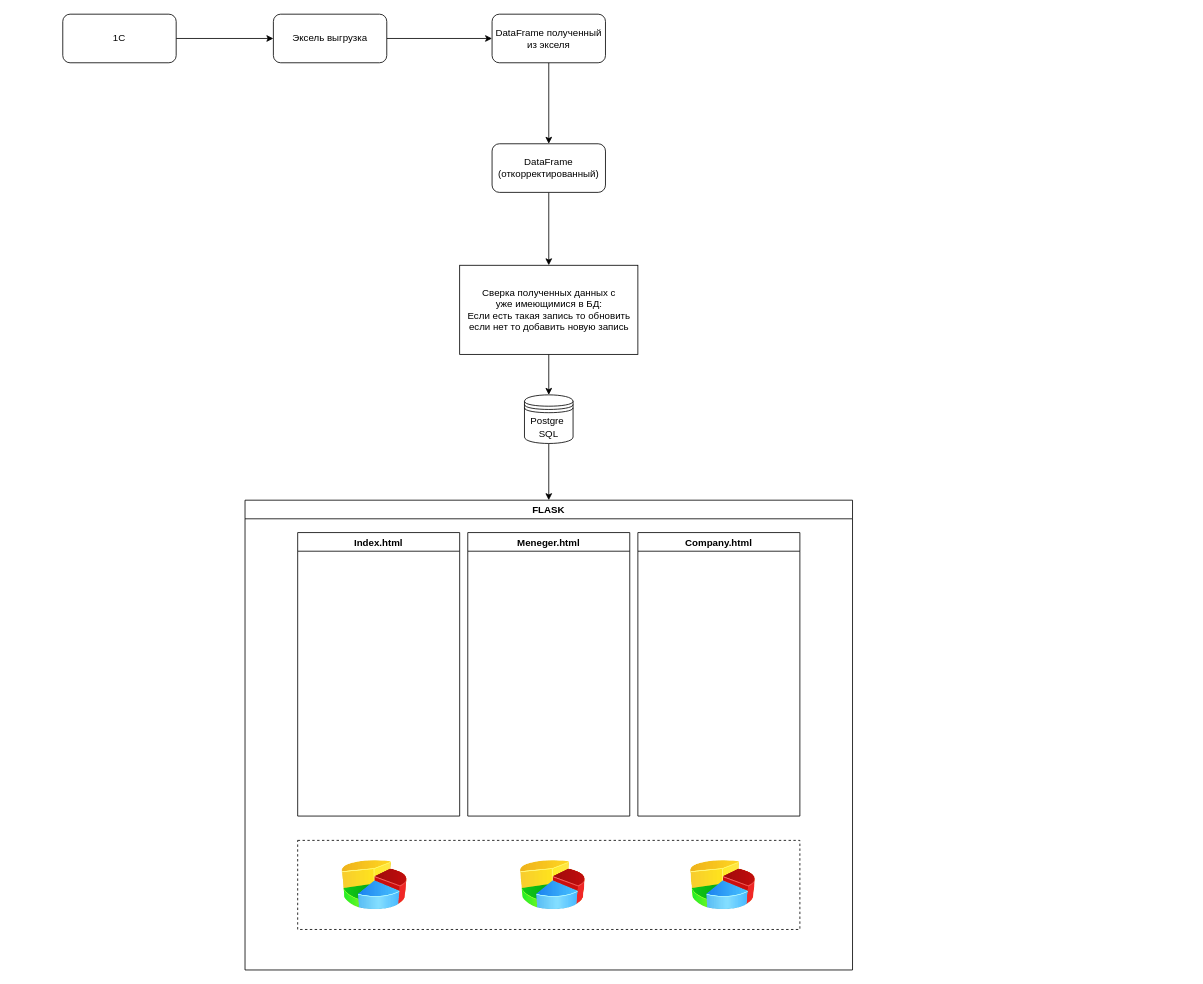
Earlier version of the draw.io diagram Untitled Diagram.drawio (overlord1781/Flask_test). Source tidied: cells renumbered, new cells numbered last; positions are measured from the earlier drawing's top-left corner, leaving out a move shared by most shapes. Both pictures are drawn from the tidied source at 81%, with x=0, y=0 at pixel (62, 14).
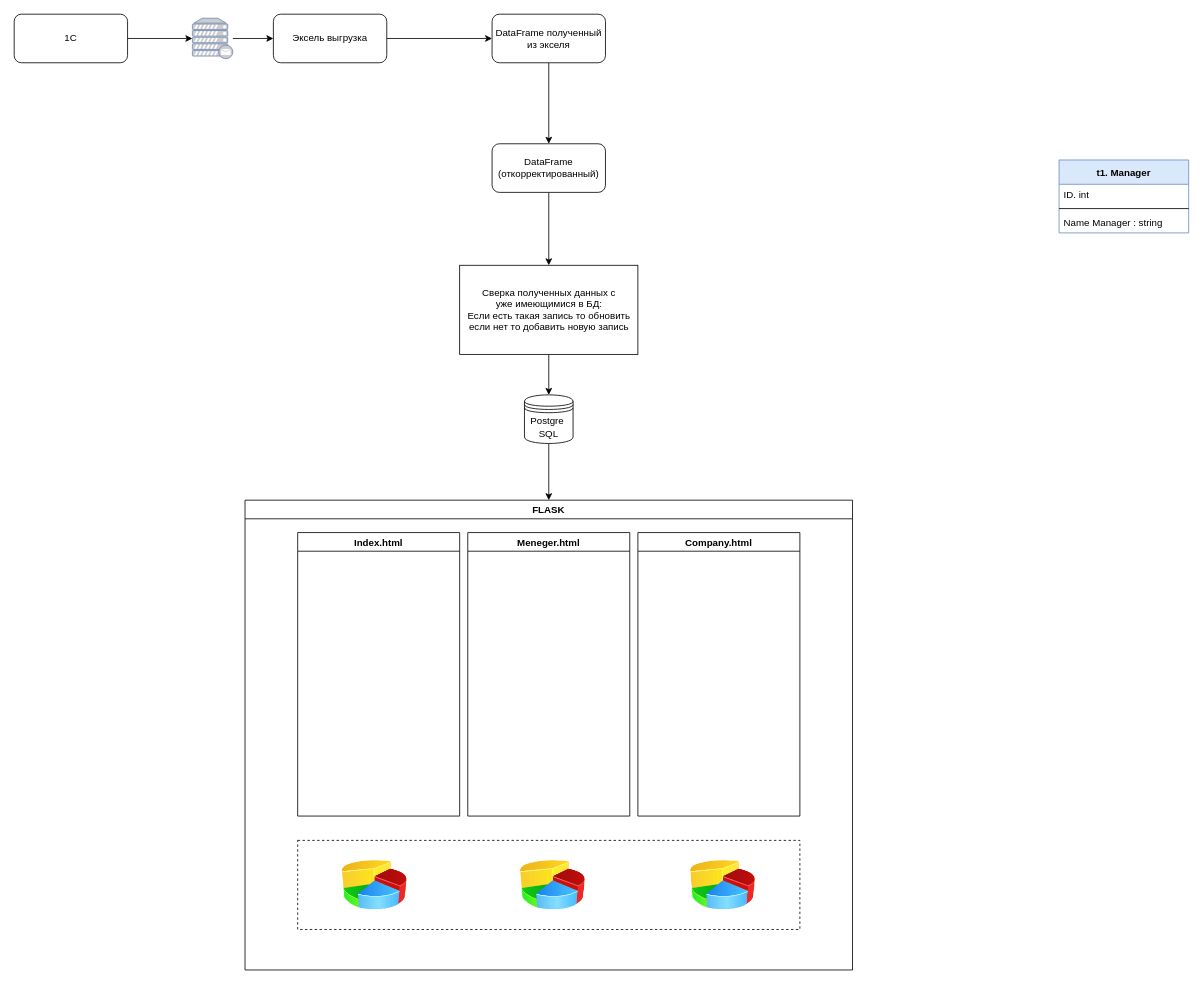
After the change.

The change refers to these unchanged cells:
```xml
<mxCell id="19" value="Эксель выгрузка" style="rounded=1;whiteSpace=wrap;html=1;" parent="1" vertex="1">
  <mxGeometry x="260" width="140" height="60" as="geometry" />
</mxCell>
```

The edit, as a diff of the source:
```diff
@@
-    <mxCell id="20" style="edgeStyle=orthogonalEdgeStyle;rounded=0;jettySize=auto;html=1;exitX=1;exitY=0.5;exitDx=0;exitDy=0;entryX=0;entryY=0.5;entryDx=0;entryDy=0;" parent="1" edge="1" source="21" target="19">
+    <mxCell id="20" style="edgeStyle=orthogonalEdgeStyle;rounded=0;jettySize=auto;html=1;exitX=1;exitY=0.5;exitDx=0;exitDy=0;entryX=0;entryY=0.5;entryDx=0;entryDy=0;" parent="1" edge="1" source="26" target="19">
       <mxGeometry relative="1" as="geometry" />
     </mxCell>
     <mxCell id="21" value="1С" style="rounded=1;whiteSpace=wrap;html=1;" parent="1" vertex="1">
-      <mxGeometry width="140" height="60" as="geometry" />
+      <mxGeometry x="-60" width="140" height="60" as="geometry" />
     </mxCell>
+    <mxCell id="22" value="t1. Manager" style="swimlane;fontStyle=1;align=center;verticalAlign=middle;horizontal=1;startSize=30;rounded=0;shadow=0;sketch=0;glass=0;swimlaneLine=1;fillColor=#dae8fc;arcSize=15;direction=east;fixDash=0;flipH=1;flipV=0;perimeterSpacing=0;strokeColor=#6C8EBF;" parent="1" vertex="1">
+      <mxGeometry x="1230" y="180" width="160" height="90" as="geometry" />
+    </mxCell>
+    <mxCell id="23" value="ID. int" style="text;strokeColor=none;fillColor=none;align=left;verticalAlign=top;spacingLeft=4;spacingRight=4;overflow=hidden;" parent="22" vertex="1">
+      <mxGeometry y="30" width="160" height="26" as="geometry" />
+    </mxCell>
+    <mxCell id="24" style="line;strokeWidth=1;fillColor=none;align=left;verticalAlign=middle;spacingTop=-1;spacingLeft=3;spacingRight=3;labelPosition=right;" parent="22" vertex="1">
+      <mxGeometry y="56" width="160" height="8" as="geometry" />
+    </mxCell>
+    <mxCell id="25" value="Name Manager : string" style="text;strokeColor=none;fillColor=none;align=left;verticalAlign=top;spacingLeft=4;spacingRight=4;overflow=hidden;" parent="22" vertex="1">
+      <mxGeometry y="64" width="160" height="26" as="geometry" />
+    </mxCell>
+    <mxCell id="26" style="fontColor=#0066CC;verticalAlign=top;verticalLabelPosition=bottom;labelPosition=center;align=center;html=1;outlineConnect=0;fillColor=#CCCCCC;strokeColor=#6881B3;gradientColor=none;gradientDirection=north;strokeWidth=2;shape=mxgraph.networks.mail_server;rounded=0;shadow=0;glass=0;sketch=0;" parent="1" vertex="1">
+      <mxGeometry x="160" y="5" width="50" height="50" as="geometry" />
+    </mxCell>
+    <mxCell id="27" style="edgeStyle=orthogonalEdgeStyle;rounded=0;jettySize=auto;html=1;exitX=1;exitY=0.5;exitDx=0;exitDy=0;entryX=0;entryY=0.5;entryDx=0;entryDy=0;" parent="1" edge="1" source="21" target="26">
+      <mxGeometry relative="1" as="geometry" />
+    </mxCell>
```
